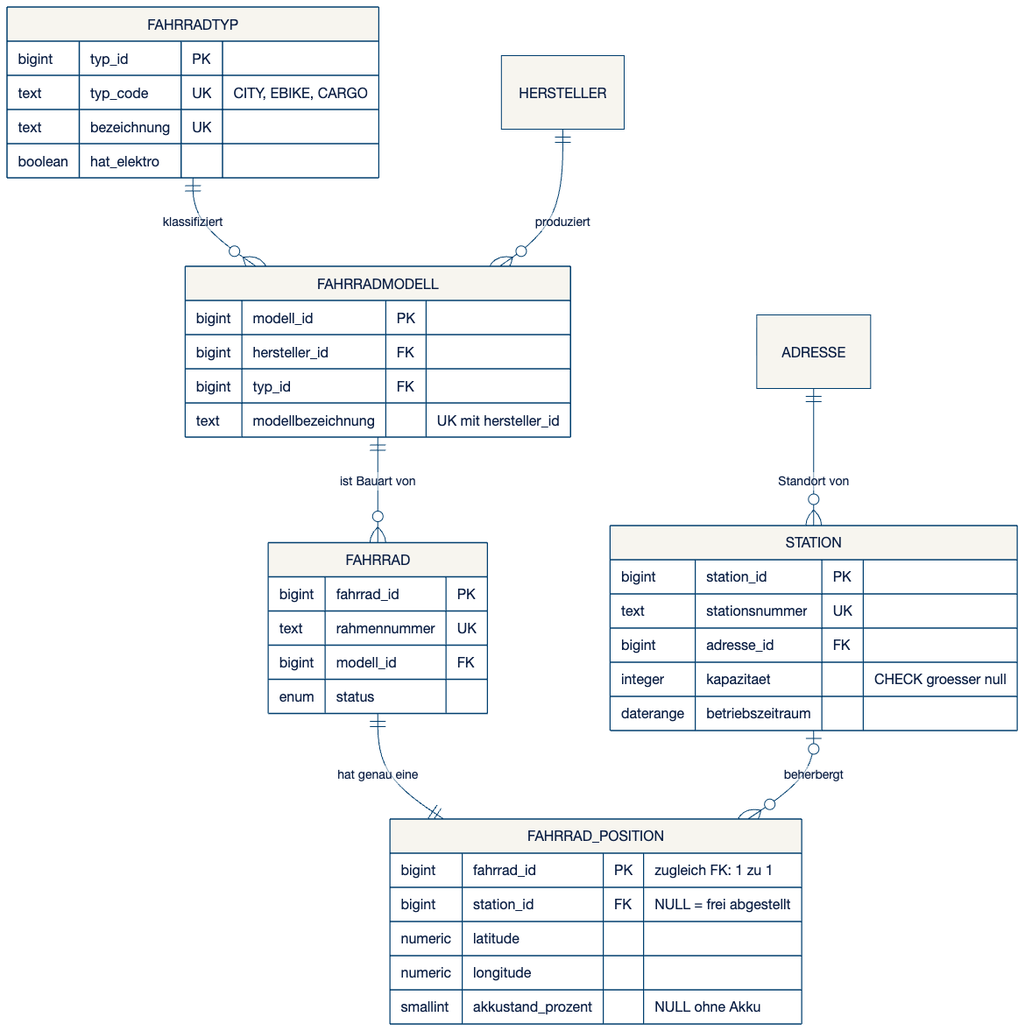
This is slides/assets/rel-b-netz-und-flotte.png from swrobuts/velocity-fallstudie, a Mermaid export, as it was before one commit. Its source is kept beside it as doku/datenmodell/erd/rel-b-netz-und-flotte.mmd.
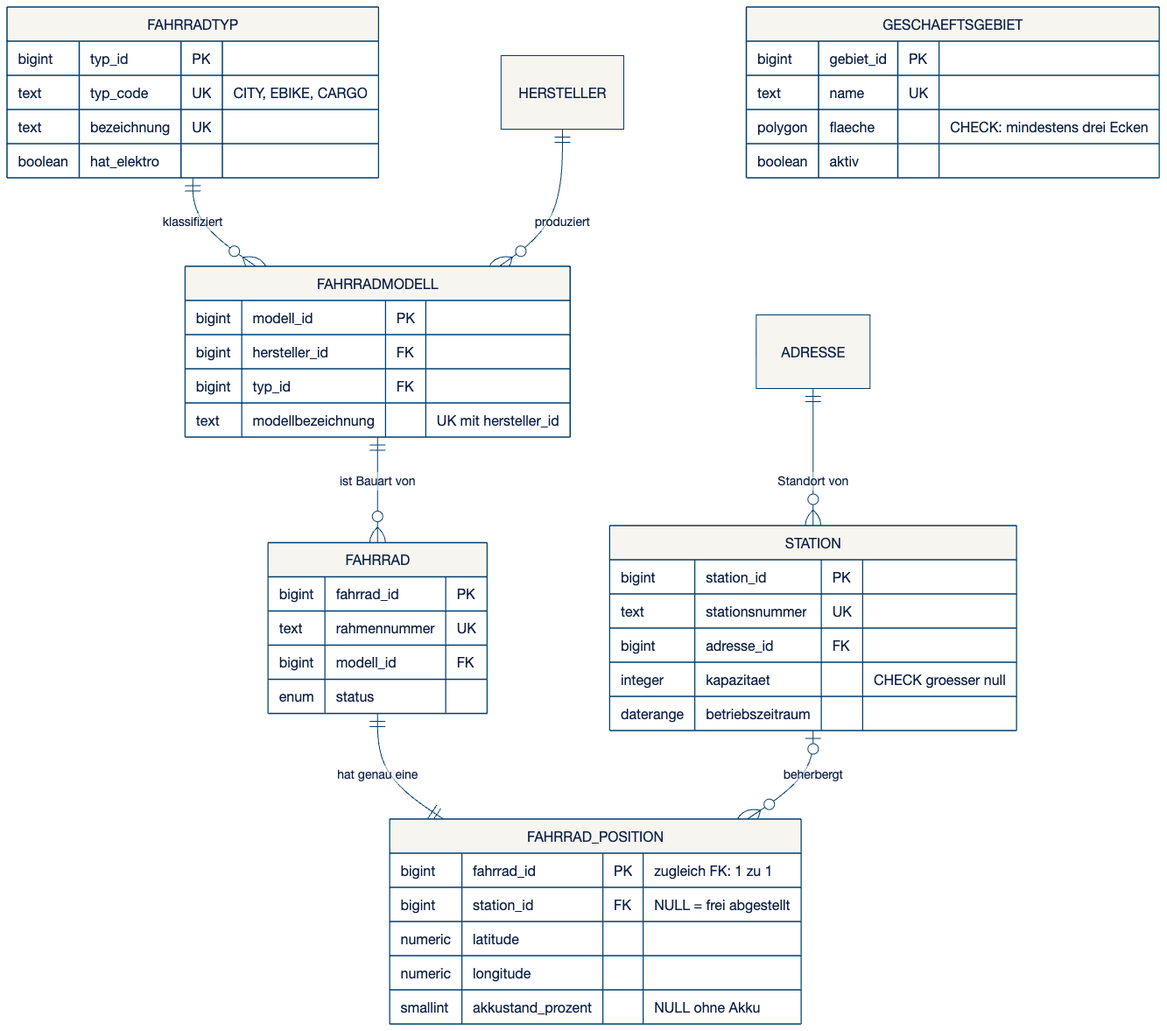
Later version of the same file.

The edit, as a diff of the source:
```diff
@@ -38,3 +38,9 @@
         numeric  longitude
         smallint akkustand_prozent "NULL ohne Akku"
     }
+    GESCHAEFTSGEBIET {
+        bigint  gebiet_id PK
+        text    name      UK
+        polygon flaeche   "CHECK: mindestens drei Ecken"
+        boolean aktiv
+    }
```
